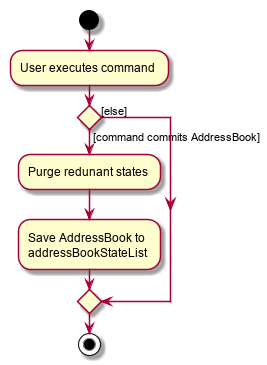
nus-cs2103-AY2021S1/tp keeps this PlantUML diagram as docs/images/CommitActivityDiagram.png. Above is the earlier version.
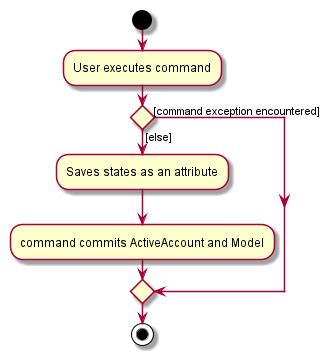
The same file after the commit.

The edit, as a diff of the source:
```diff
@@ -3,11 +3,10 @@
 :User executes command;
 
 
-if () then ([command commits AddressBook])
-    :Purge redunant states;
-    :Save AddressBook to
-    addressBookStateList;
-else ([else])
+if () then ([else])
+    :Saves states as an attribute;
+    :command commits ActiveAccount and Model;
+else ([command exception encountered])
 endif
 stop
 @enduml
```
